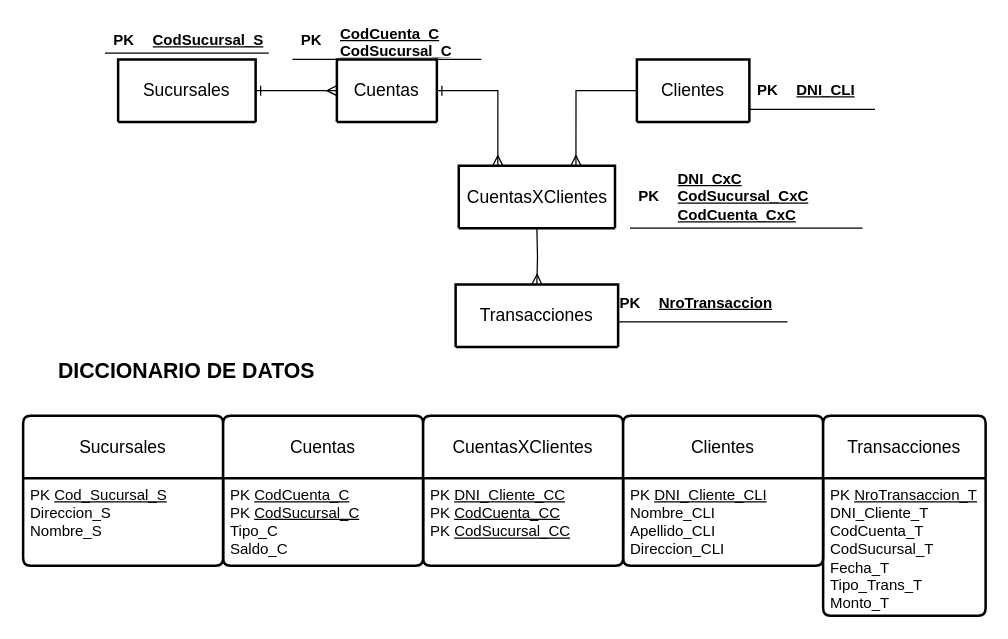
Earlier version of the draw.io diagram Diagramas/Ejercicio 3 - LAB 3.drawio (LeandroVillada/Laboratorio-III-Public). Source tidied: cells renumbered, new cells numbered last; positions are measured from the earlier drawing's top-left corner, leaving out a move shared by most shapes. Both pictures are drawn from the tidied source at 125%, with x=0, y=0 at pixel (22, 21).
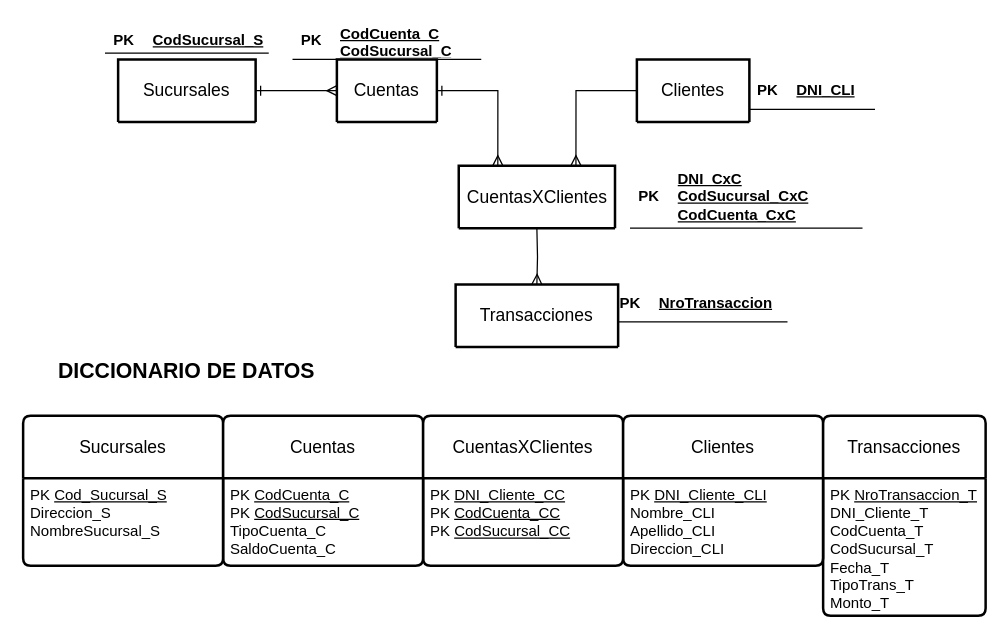
The same diagram, later.

Unchanged cells that the change refers to:
```xml
<mxCell id="31" value="Sucursales" style="swimlane;horizontal=1;startSize=50;rounded=1;fontSize=14;fontStyle=0;strokeWidth=2;shadow=0;dashed=0;align=center;arcSize=4;whiteSpace=wrap;html=1;fontFamily=Helvetica;fontColor=default;" parent="1" vertex="1">
  <mxGeometry y="315" width="160" height="120" as="geometry" />
</mxCell>
<mxCell id="33" value="Cuentas" style="swimlane;horizontal=1;startSize=50;rounded=1;fontSize=14;fontStyle=0;strokeWidth=2;shadow=0;dashed=0;align=center;arcSize=4;whiteSpace=wrap;html=1;fontFamily=Helvetica;fontColor=default;" parent="1" vertex="1">
  <mxGeometry x="160" y="315" width="160" height="120" as="geometry" />
</mxCell>
<mxCell id="39" value="Transacciones" style="swimlane;horizontal=1;startSize=50;rounded=1;fontSize=14;fontStyle=0;strokeWidth=2;shadow=0;dashed=0;align=center;arcSize=4;whiteSpace=wrap;html=1;fontFamily=Helvetica;fontColor=default;" parent="1" vertex="1">
  <mxGeometry x="640" y="315" width="130" height="160" as="geometry" />
</mxCell>
```

Diff of the diagram source:
```diff
@@
-    <mxCell id="32" value="PK &lt;u&gt;Cod_Sucursal_S&lt;/u&gt;&lt;br&gt;Direccion_S&lt;br&gt;Nombre_S" style="align=left;strokeColor=none;fillColor=none;spacingLeft=4;fontSize=12;verticalAlign=top;html=1;fontFamily=Helvetica;fontColor=default;" parent="31" vertex="1">
+    <mxCell id="32" value="PK &lt;u&gt;Cod_Sucursal_S&lt;/u&gt;&lt;br&gt;Direccion_S&lt;br&gt;NombreSucursal_S" style="align=left;strokeColor=none;fillColor=none;spacingLeft=4;fontSize=12;verticalAlign=top;html=1;fontFamily=Helvetica;fontColor=default;" parent="31" vertex="1">
       <mxGeometry y="50" width="160" height="70" as="geometry" />
     </mxCell>
@@
-    <mxCell id="34" value="PK &lt;u&gt;CodCuenta_C&lt;/u&gt;&lt;br&gt;PK &lt;u&gt;CodSucursal_C&lt;/u&gt;&lt;br&gt;Tipo_C&lt;br&gt;Saldo_C" style="align=left;strokeColor=none;fillColor=none;spacingLeft=4;fontSize=12;verticalAlign=top;html=1;fontFamily=Helvetica;fontColor=default;" parent="33" vertex="1">
+    <mxCell id="34" value="PK &lt;u&gt;CodCuenta_C&lt;/u&gt;&lt;br&gt;PK &lt;u&gt;CodSucursal_C&lt;/u&gt;&lt;br&gt;TipoCuenta_C&lt;br&gt;SaldoCuenta_C" style="align=left;strokeColor=none;fillColor=none;spacingLeft=4;fontSize=12;verticalAlign=top;html=1;fontFamily=Helvetica;fontColor=default;" parent="33" vertex="1">
       <mxGeometry y="50" width="160" height="70" as="geometry" />
     </mxCell>
@@
-    <mxCell id="40" value="PK &lt;u&gt;NroTransaccion_T&lt;/u&gt;&lt;br&gt;DNI_Cliente_T&lt;br&gt;CodCuenta_T&lt;br&gt;CodSucursal_T&lt;br&gt;Fecha_T&lt;br&gt;Tipo_Trans_T&lt;br&gt;Monto_T" style="align=left;strokeColor=none;fillColor=none;spacingLeft=4;fontSize=12;verticalAlign=top;html=1;fontFamily=Helvetica;fontColor=default;" parent="39" vertex="1">
+    <mxCell id="40" value="PK &lt;u&gt;NroTransaccion_T&lt;/u&gt;&lt;br&gt;DNI_Cliente_T&lt;br&gt;CodCuenta_T&lt;br&gt;CodSucursal_T&lt;br&gt;Fecha_T&lt;br&gt;TipoTrans_T&lt;br&gt;Monto_T" style="align=left;strokeColor=none;fillColor=none;spacingLeft=4;fontSize=12;verticalAlign=top;html=1;fontFamily=Helvetica;fontColor=default;" parent="39" vertex="1">
       <mxGeometry y="50" width="130" height="110" as="geometry" />
     </mxCell>
```
